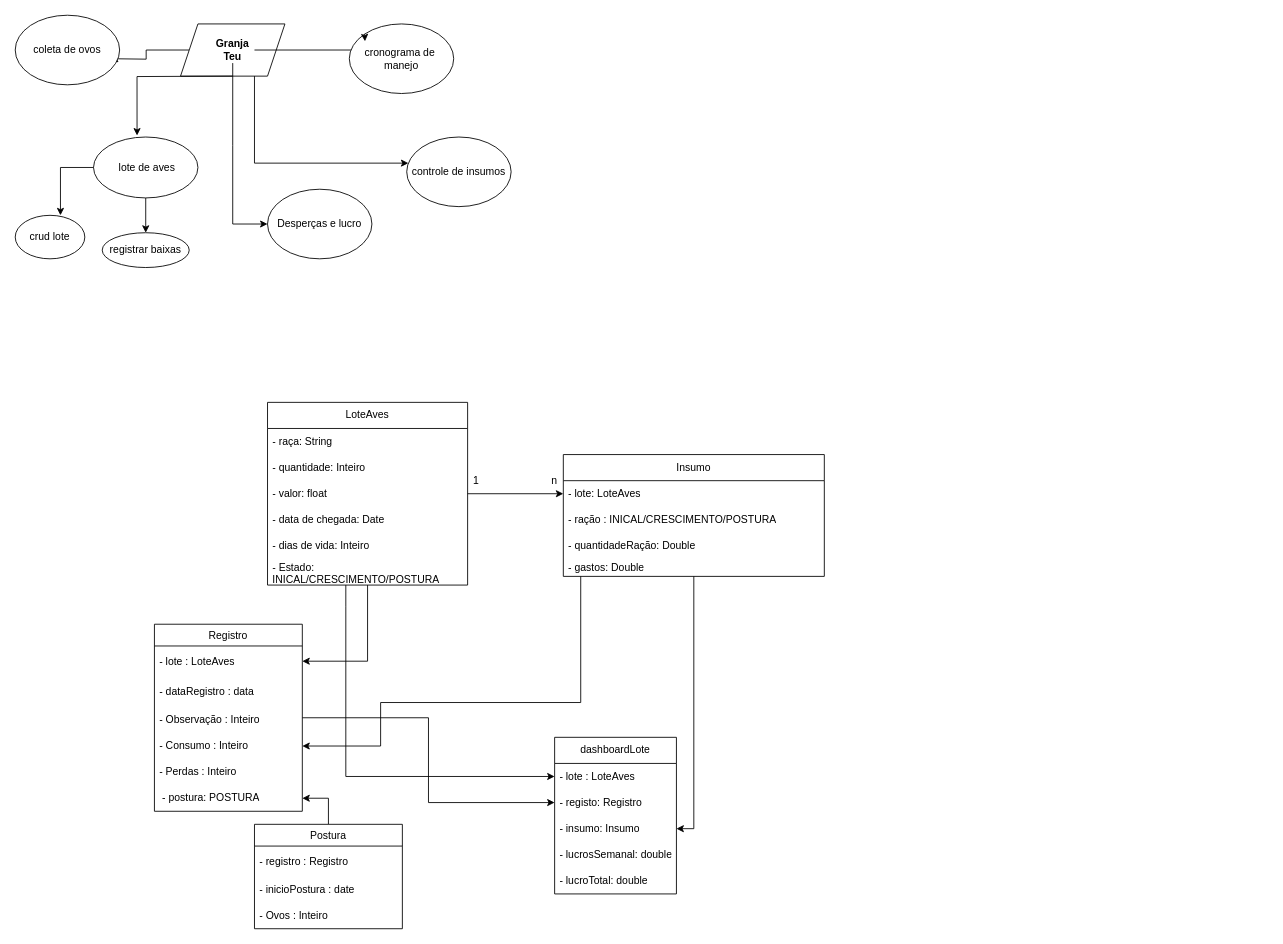
Before: teugranja.drawio in SpiderTheus/granjateu, a draw.io diagram. Source tidied: cells renumbered, new cells numbered last; positions are measured from the earlier drawing's top-left corner, leaving out a move shared by most shapes. Both pictures are drawn from the tidied source at 87%, with x=0, y=0 at pixel (15, 15).
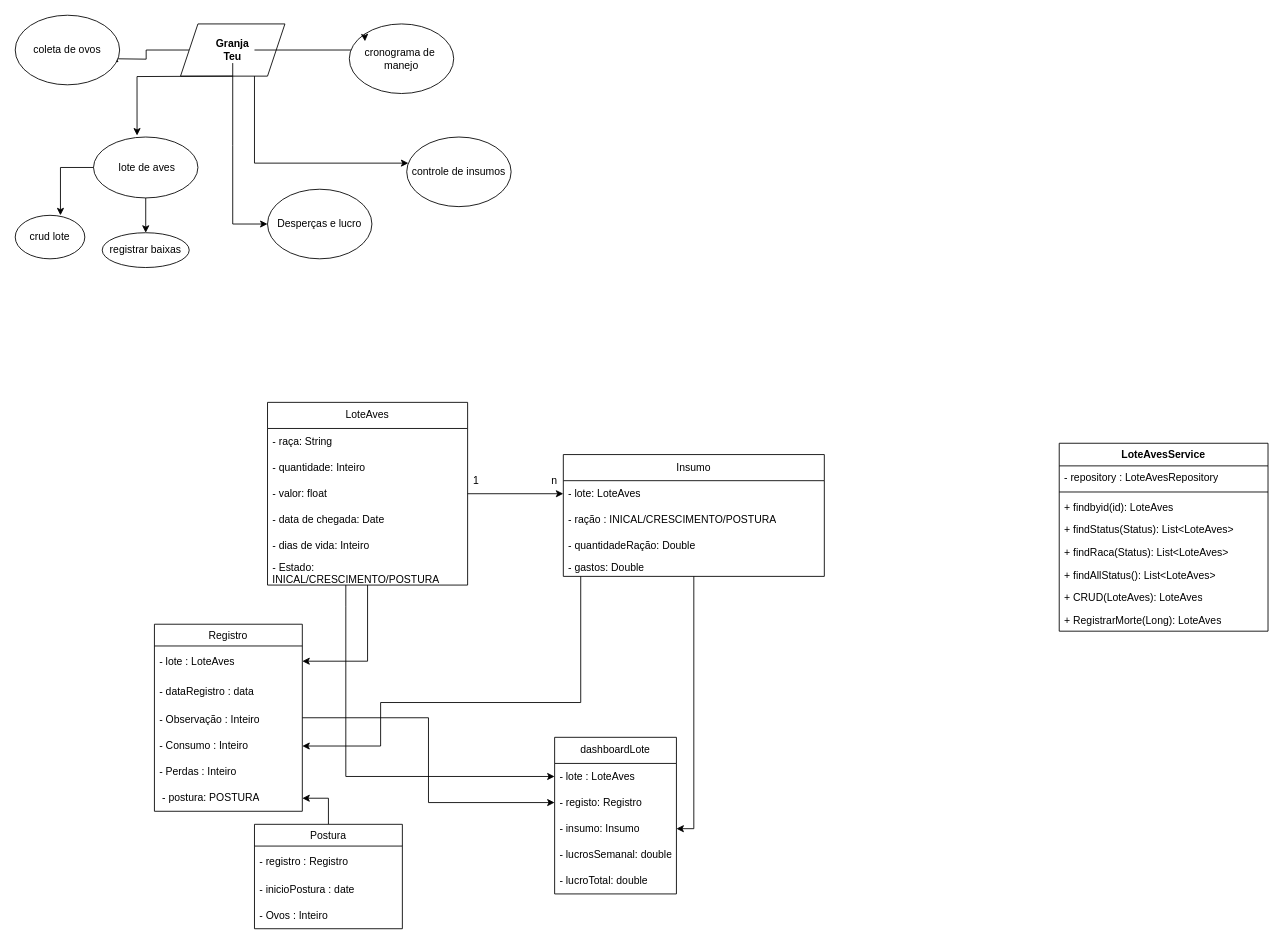
After the change.

What changed in the source:
```diff
@@
+    <mxCell id="57" value="LoteAvesService" style="swimlane;fontStyle=1;align=center;verticalAlign=top;horizontal=1;startSize=26;whiteSpace=wrap;html=1;" parent="1" vertex="1">
+      <mxGeometry x="1200" y="492" width="240" height="216" as="geometry" />
+    </mxCell>
+    <mxCell id="58" value="- repository : LoteAvesRepository" style="text;strokeColor=none;fillColor=none;align=left;verticalAlign=top;spacingLeft=4;spacingRight=4;overflow=hidden;whiteSpace=wrap;html=1;" parent="57" vertex="1">
+      <mxGeometry y="26" width="240" height="26" as="geometry" />
+    </mxCell>
+    <mxCell id="59" style="line;strokeWidth=1;fillColor=none;align=left;verticalAlign=middle;spacingTop=-1;spacingLeft=3;spacingRight=3;labelPosition=right;strokeColor=inherit;" parent="57" vertex="1">
+      <mxGeometry y="52" width="240" height="8" as="geometry" />
+    </mxCell>
+    <mxCell id="60" value="+ findbyid(id): LoteAves" style="text;strokeColor=none;fillColor=none;align=left;verticalAlign=top;spacingLeft=4;spacingRight=4;overflow=hidden;whiteSpace=wrap;html=1;" parent="57" vertex="1">
+      <mxGeometry y="60" width="240" height="26" as="geometry" />
+    </mxCell>
+    <mxCell id="61" value="+ findStatus(Status): List&amp;lt;LoteAves&amp;gt;" style="text;strokeColor=none;fillColor=none;align=left;verticalAlign=top;spacingLeft=4;spacingRight=4;overflow=hidden;whiteSpace=wrap;html=1;" parent="57" vertex="1">
+      <mxGeometry y="86" width="240" height="26" as="geometry" />
+    </mxCell>
+    <mxCell id="62" value="+ findRaca(Status): List&amp;lt;LoteAves&amp;gt;" style="text;strokeColor=none;fillColor=none;align=left;verticalAlign=top;spacingLeft=4;spacingRight=4;overflow=hidden;whiteSpace=wrap;html=1;" parent="57" vertex="1">
+      <mxGeometry y="112" width="240" height="26" as="geometry" />
+    </mxCell>
+    <mxCell id="63" value="+ findAllStatus(): List&amp;lt;LoteAves&amp;gt;" style="text;strokeColor=none;fillColor=none;align=left;verticalAlign=top;spacingLeft=4;spacingRight=4;overflow=hidden;whiteSpace=wrap;html=1;" parent="57" vertex="1">
+      <mxGeometry y="138" width="240" height="26" as="geometry" />
+    </mxCell>
+    <mxCell id="64" value="+ CRUD(LoteAves): LoteAves" style="text;strokeColor=none;fillColor=none;align=left;verticalAlign=top;spacingLeft=4;spacingRight=4;overflow=hidden;whiteSpace=wrap;html=1;" parent="57" vertex="1">
+      <mxGeometry y="164" width="240" height="26" as="geometry" />
+    </mxCell>
+    <mxCell id="65" value="+ RegistrarMorte(Long): LoteAves" style="text;strokeColor=none;fillColor=none;align=left;verticalAlign=top;spacingLeft=4;spacingRight=4;overflow=hidden;whiteSpace=wrap;html=1;" parent="57" vertex="1">
+      <mxGeometry y="190" width="240" height="26" as="geometry" />
+    </mxCell>
```
